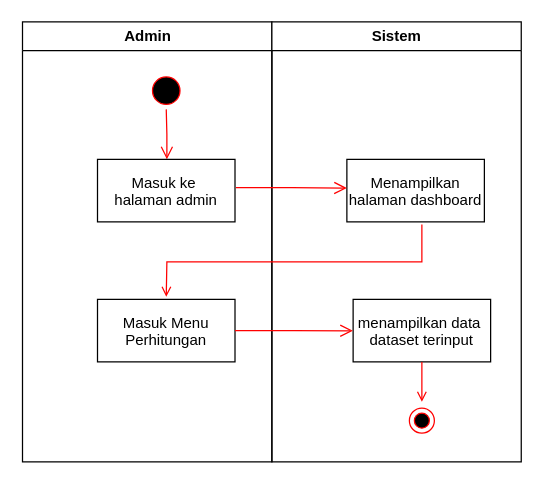
This is page "Activity Perhitungan" (3 of 8) of RegresiLinear.drawio from ArtEnginer/UML-DIAGRAM, a draw.io file, before an edit. Source tidied: cells renumbered, new cells numbered last; positions are measured from the earlier drawing's top-left corner, leaving out a move shared by most shapes. Both pictures are drawn from the tidied source at 125%, with x=0, y=0 at pixel (21, 21).
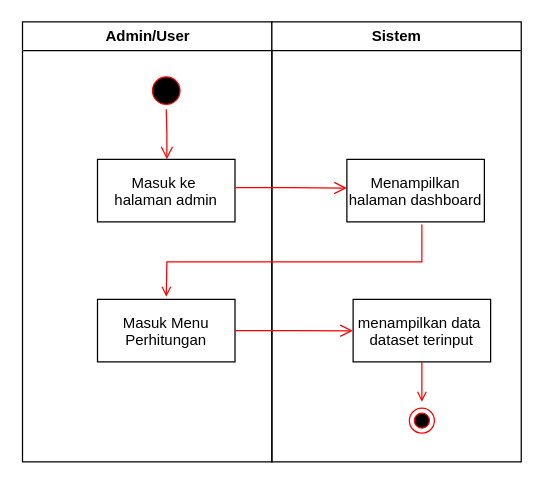
The same page after the edit.

Diff of the diagram source:
```diff
@@
 <mxGraphModel>
   <root>
     <mxCell id="0" />
     <mxCell id="1" parent="0" />
-    <mxCell id="2" value="Admin" style="swimlane;whiteSpace=wrap;" parent="1" vertex="1">
+    <mxCell id="2" value="Admin/User" style="swimlane;whiteSpace=wrap;" parent="1" vertex="1">
       <mxGeometry x="0.5" width="199.5" height="352" as="geometry" />
     </mxCell>
     <mxCell id="3" style="ellipse;shape=startState;fillColor=#000000;strokeColor=#ff0000;" parent="2" vertex="1">
       <mxGeometry x="100" y="40" width="30" height="30" as="geometry" />
     </mxCell>
     <mxCell id="4" style="edgeStyle=elbowEdgeStyle;elbow=horizontal;verticalAlign=bottom;endArrow=open;endSize=8;strokeColor=#FF0000;endFill=1;rounded=0;" parent="2" edge="1" source="3" target="5">
       <mxGeometry x="100" y="40" as="geometry" />
     </mxCell>
     <mxCell id="5" value="Masuk ke &#10;halaman admin" parent="2" vertex="1">
       <mxGeometry x="60" y="110" width="110" height="50" as="geometry" />
     </mxCell>
     <mxCell id="6" value="Masuk Menu&#10;Perhitungan" parent="2" vertex="1">
       <mxGeometry x="60" y="222" width="110" height="50" as="geometry" />
     </mxCell>
     <mxCell id="7" value="Sistem" style="swimlane;whiteSpace=wrap;" parent="1" vertex="1">
       <mxGeometry x="200" width="199.5" height="352" as="geometry" />
     </mxCell>
     <mxCell id="8" value="Menampilkan&#10;halaman dashboard" parent="7" vertex="1">
       <mxGeometry x="60" y="110" width="110" height="50" as="geometry" />
     </mxCell>
     <mxCell id="9" value="menampilkan data &#10;dataset terinput" parent="7" vertex="1">
       <mxGeometry x="65" y="222" width="110" height="50" as="geometry" />
     </mxCell>
     <mxCell id="10" style="endArrow=open;strokeColor=#FF0000;endFill=1;rounded=0;" parent="7" edge="1" source="9">
       <mxGeometry relative="1" as="geometry">
         <mxPoint x="120" y="304" as="targetPoint" />
       </mxGeometry>
     </mxCell>
     <mxCell id="11" style="ellipse;html=1;shape=endState;fillColor=#000000;strokeColor=#ff0000;" parent="7" vertex="1">
       <mxGeometry x="110" y="309" width="20" height="20" as="geometry" />
     </mxCell>
     <mxCell id="12" style="edgeStyle=elbowEdgeStyle;elbow=horizontal;verticalAlign=bottom;endArrow=open;endSize=8;strokeColor=#FF0000;endFill=1;rounded=0;exitX=1;exitY=0.5;exitDx=0;exitDy=0;entryX=0;entryY=0.44;entryDx=0;entryDy=0;entryPerimeter=0;" parent="7" edge="1" source="6">
       <mxGeometry x="-260" y="-88" as="geometry">
         <mxPoint x="64.8" y="247.1" as="targetPoint" />
       </mxGeometry>
     </mxCell>
     <mxCell id="13" style="endArrow=open;strokeColor=#FF0000;endFill=1;rounded=0;entryX=0.5;entryY=0;entryDx=0;entryDy=0;" parent="1" edge="1">
       <mxGeometry relative="1" as="geometry">
         <mxPoint x="320" y="162" as="sourcePoint" />
         <mxPoint x="115.5" y="220" as="targetPoint" />
         <Array as="points">
           <mxPoint x="320" y="192" />
           <mxPoint x="116" y="192" />
         </Array>
       </mxGeometry>
     </mxCell>
     <mxCell id="14" style="edgeStyle=elbowEdgeStyle;elbow=horizontal;verticalAlign=bottom;endArrow=open;endSize=8;strokeColor=#FF0000;endFill=1;rounded=0;exitX=1.006;exitY=0.432;exitDx=0;exitDy=0;exitPerimeter=0;entryX=0;entryY=0.44;entryDx=0;entryDy=0;entryPerimeter=0;" parent="1" edge="1">
       <mxGeometry x="100" y="40" as="geometry">
         <mxPoint x="171.2" y="132.6" as="sourcePoint" />
         <mxPoint x="260" y="133" as="targetPoint" />
       </mxGeometry>
     </mxCell>
   </root>
 </mxGraphModel>
```
